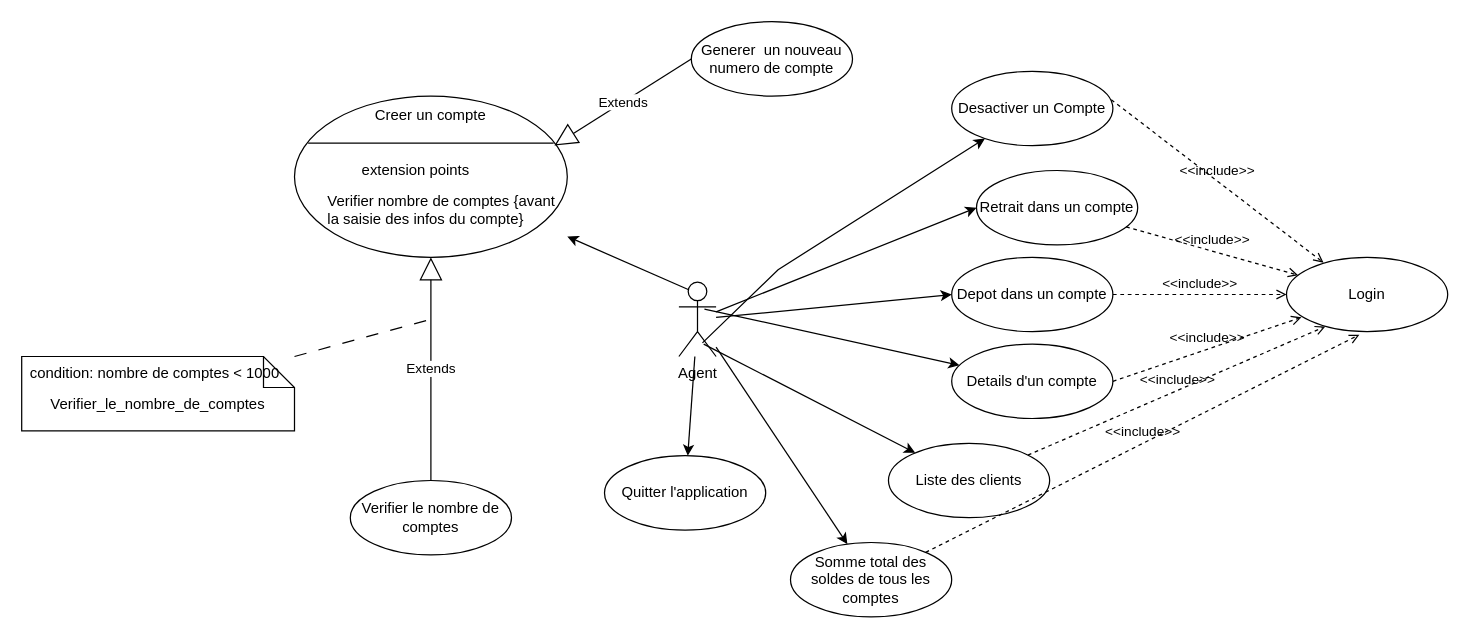
Before: Diagramme sans nom.drawio in arseneRuben/SymfonySocialLogin, a draw.io diagram. Source tidied: cells renumbered, new cells numbered last; positions are measured from the earlier drawing's top-left corner, leaving out a move shared by most shapes. Both pictures are drawn from the tidied source at 124%, with x=0, y=0 at pixel (21, 21).
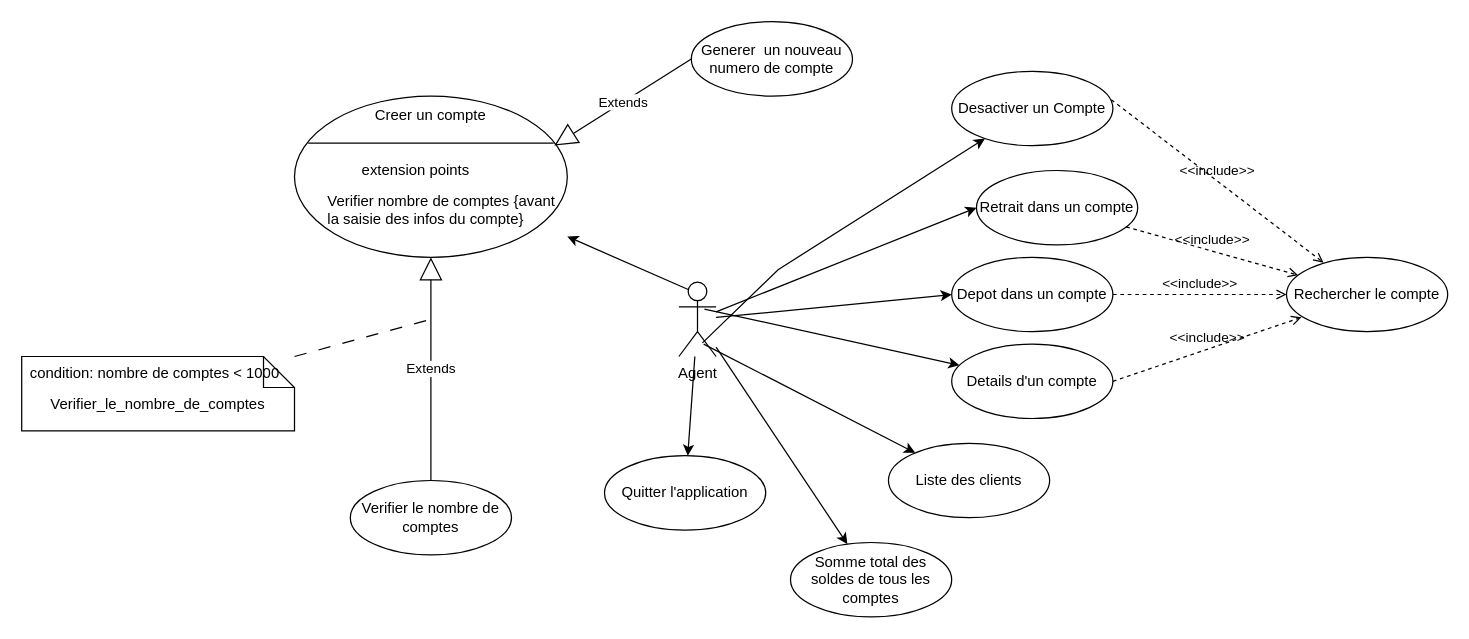
Above is the later version.

Unchanged cells that the change refers to:
```xml
<mxCell id="15" value="Liste des clients" style="ellipse;html=1;whiteSpace=wrap;" parent="1" vertex="1">
  <mxGeometry x="699" y="340" width="130" height="60" as="geometry" />
</mxCell>
<mxCell id="16" value="Somme total des soldes de tous les comptes" style="ellipse;html=1;whiteSpace=wrap;" parent="1" vertex="1">
  <mxGeometry x="620" y="420" width="130" height="60" as="geometry" />
</mxCell>
```

Diff of the diagram source:
```diff
@@
-    <mxCell id="18" value="Login" style="ellipse;html=1;whiteSpace=wrap;" parent="1" vertex="1">
+    <mxCell id="18" value="Rechercher le compte" style="ellipse;html=1;whiteSpace=wrap;" parent="1" vertex="1">
       <mxGeometry x="1020" y="190" width="130" height="60" as="geometry" />
     </mxCell>
@@
-    <mxCell id="23" value="&amp;lt;&amp;lt;include&amp;gt;&amp;gt;" style="html=1;verticalAlign=bottom;labelBackgroundColor=none;endArrow=open;endFill=0;dashed=1;rounded=0;entryX=0.241;entryY=0.93;entryDx=0;entryDy=0;entryPerimeter=0;" parent="1" edge="1" source="15" target="18">
-      <mxGeometry relative="1" as="geometry" />
-    </mxCell>
-    <mxCell id="24" value="&amp;lt;&amp;lt;include&amp;gt;&amp;gt;" style="html=1;verticalAlign=bottom;labelBackgroundColor=none;endArrow=open;endFill=0;dashed=1;rounded=0;entryX=0.452;entryY=1.041;entryDx=0;entryDy=0;entryPerimeter=0;" parent="1" edge="1" source="16" target="18">
-      <mxGeometry relative="1" as="geometry" />
-    </mxCell>
```
